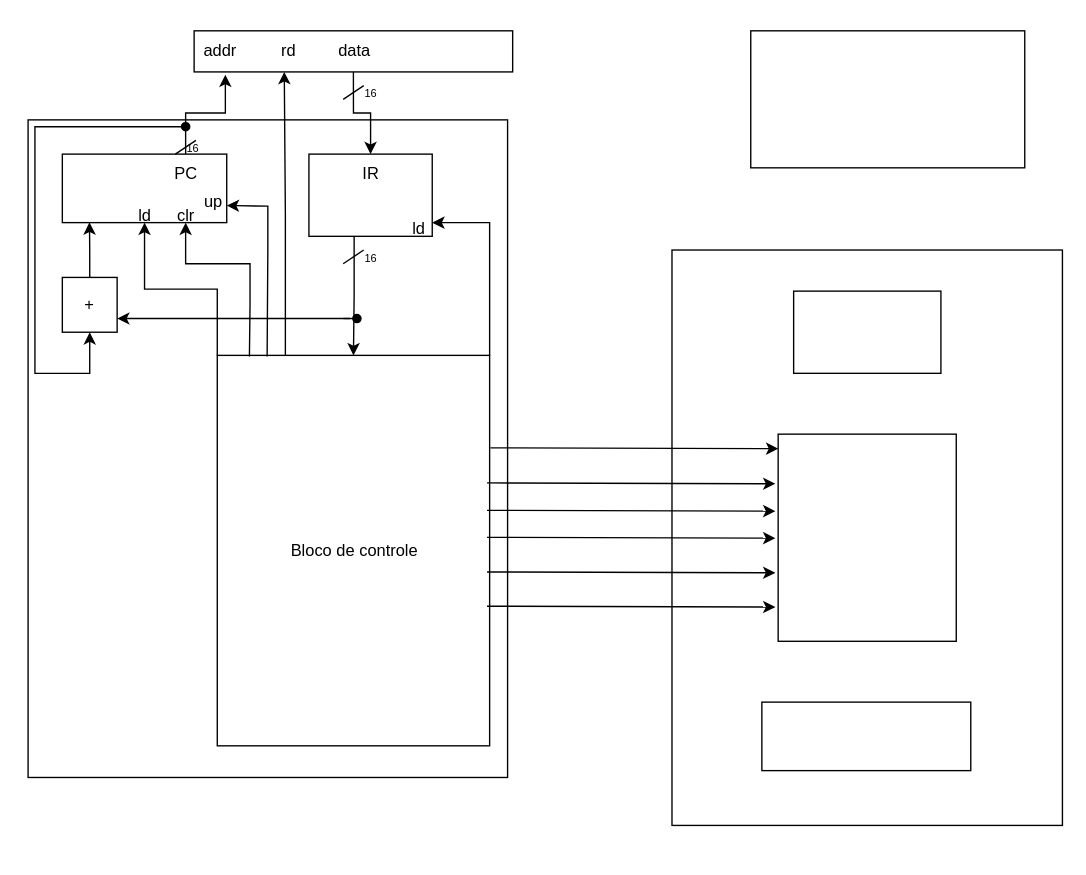
mclarafreitas/Circuitos-Digitais keeps this draw.io diagram as datapath.drawio. Above is the earlier version. Source tidied: cells renumbered, new cells numbered last; positions are measured from the earlier drawing's top-left corner, leaving out a move shared by most shapes. Both pictures are drawn from the tidied source at 137%, with x=0, y=0 at pixel (-62, 30).
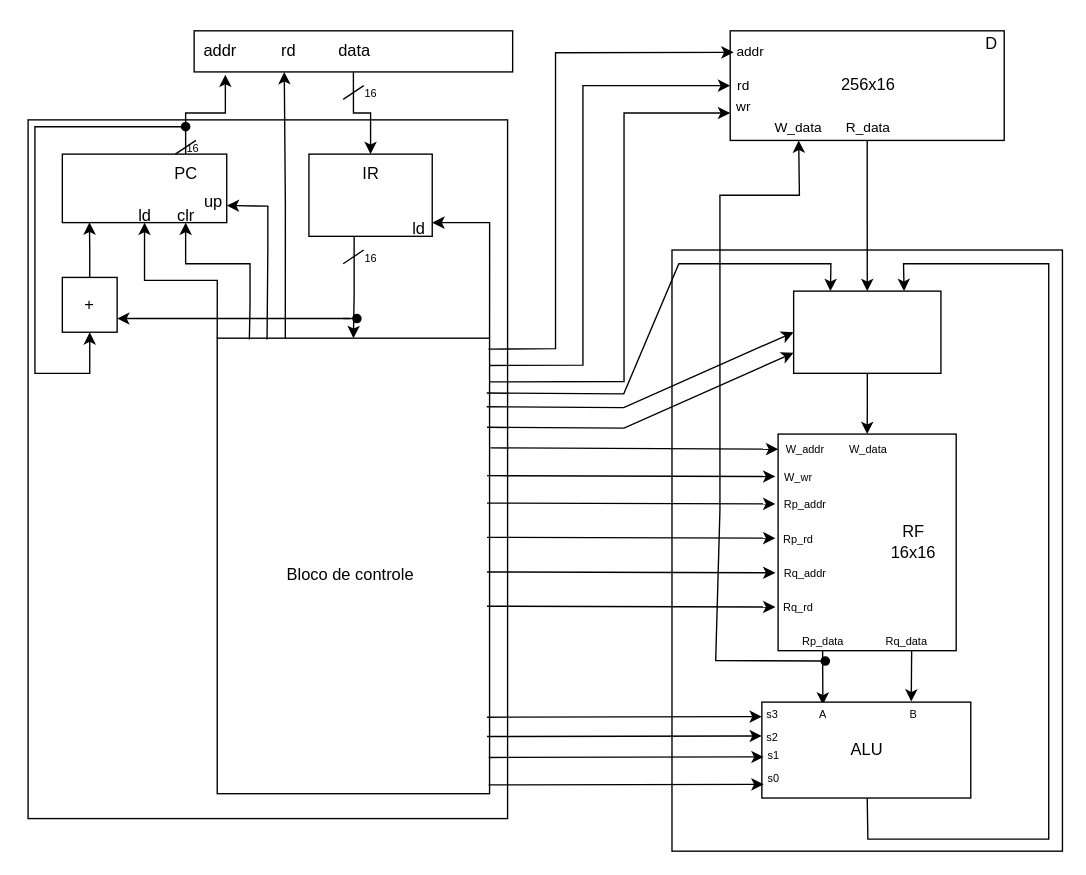
The same diagram, later.

The change refers to these unchanged cells:
```xml
<mxCell id="17" style="rounded=0;whiteSpace=wrap;html=1;" parent="1" vertex="1">
  <mxGeometry x="623.8" y="190" width="107.5" height="60" as="geometry" />
</mxCell>
```

What changed in the source:
```diff
@@
     <mxCell id="2" style="rounded=0;whiteSpace=wrap;html=1;rotation=90;" parent="1" vertex="1">
-      <mxGeometry y="130" width="480" height="350" as="geometry" />
+      <mxGeometry x="-15" y="145" width="510" height="350" as="geometry" />
     </mxCell>
@@
     <mxCell id="6" style="rounded=0;whiteSpace=wrap;html=1;rotation=90;" parent="1" vertex="1">
-      <mxGeometry x="160" y="280" width="285" height="198.8" as="geometry" />
+      <mxGeometry x="136.2" y="291.2" width="332.5" height="198.8" as="geometry" />
     </mxCell>
@@
     <mxCell id="15" style="rounded=0;whiteSpace=wrap;html=1;rotation=90;" parent="1" vertex="1">
-      <mxGeometry x="467.5" y="227.5" width="420" height="285" as="geometry" />
+      <mxGeometry x="458.1" y="236.9" width="438.8" height="285" as="geometry" />
     </mxCell>
+    <mxCell id="47" style="edgeStyle=orthogonalEdgeStyle;rounded=0;jettySize=auto;html=1;exitX=0.5;exitY=1;exitDx=0;exitDy=0;entryX=0.5;entryY=0;entryDx=0;entryDy=0;" parent="1" edge="1" source="16" target="17">
+      <mxGeometry relative="1" as="geometry" />
+    </mxCell>
     <mxCell id="16" style="rounded=0;whiteSpace=wrap;html=1;" parent="1" vertex="1">
-      <mxGeometry x="592.5" width="200" height="100" as="geometry" />
+      <mxGeometry x="577.5" width="200" height="80" as="geometry" />
     </mxCell>
+    <mxCell id="48" style="edgeStyle=orthogonalEdgeStyle;rounded=0;jettySize=auto;html=1;exitX=0.5;exitY=1;exitDx=0;exitDy=0;entryX=0;entryY=0.5;entryDx=0;entryDy=0;" parent="1" edge="1" source="17" target="18">
+      <mxGeometry relative="1" as="geometry" />
+    </mxCell>
@@
+    <mxCell id="49" style="edgeStyle=orthogonalEdgeStyle;rounded=0;jettySize=auto;html=1;exitX=1;exitY=0.25;exitDx=0;exitDy=0;entryX=0.715;entryY=-0.006;entryDx=0;entryDy=0;entryPerimeter=0;" parent="1" edge="1" source="18" target="19">
+      <mxGeometry relative="1" as="geometry" />
+    </mxCell>
+    <mxCell id="50" style="edgeStyle=orthogonalEdgeStyle;rounded=0;jettySize=auto;html=1;exitX=1;exitY=0.75;exitDx=0;exitDy=0;entryX=0.292;entryY=0.027;entryDx=0;entryDy=0;entryPerimeter=0;" parent="1" edge="1" source="18" target="19">
+      <mxGeometry relative="1" as="geometry" />
+    </mxCell>
     <mxCell id="18" style="rounded=0;whiteSpace=wrap;html=1;rotation=90;" parent="1" vertex="1">
-      <mxGeometry x="601.9" y="305" width="151.2" height="130" as="geometry" />
+      <mxGeometry x="598.4" y="308.4" width="158.1" height="130" as="geometry" />
     </mxCell>
     <mxCell id="19" style="rounded=0;whiteSpace=wrap;html=1;" parent="1" vertex="1">
-      <mxGeometry x="600.6" y="490" width="152.5" height="50" as="geometry" />
+      <mxGeometry x="600.6" y="490" width="152.5" height="70" as="geometry" />
     </mxCell>
@@
     <mxCell id="23" value="Bloco de controle" style="text;html=1;align=center;verticalAlign=middle;strokeColor=none;fillColor=none;" parent="1" vertex="1">
-      <mxGeometry x="242.5" y="365" width="120" height="30" as="geometry" />
+      <mxGeometry x="240" y="381.9" width="120" height="30" as="geometry" />
     </mxCell>
@@
     <mxCell id="42" style="endArrow=classic;html=1;rounded=0;entryX=0.07;entryY=0.999;entryDx=0;entryDy=0;entryPerimeter=0;" parent="1" edge="1">
       <mxGeometry relative="1" as="geometry">
-        <mxPoint x="400" y="330" as="sourcePoint" />
-        <mxPoint x="610.5" y="330.6" as="targetPoint" />
+        <mxPoint x="400" y="324.7" as="sourcePoint" />
+        <mxPoint x="610.5" y="325.3" as="targetPoint" />
       </mxGeometry>
     </mxCell>
     <mxCell id="43" style="endArrow=classic;html=1;rounded=0;entryX=0.07;entryY=0.999;entryDx=0;entryDy=0;entryPerimeter=0;" parent="1" edge="1">
       <mxGeometry relative="1" as="geometry">
-        <mxPoint x="400" y="350" as="sourcePoint" />
-        <mxPoint x="610.5" y="350.6" as="targetPoint" />
+        <mxPoint x="400" y="344.7" as="sourcePoint" />
+        <mxPoint x="610.5" y="345.3" as="targetPoint" />
       </mxGeometry>
     </mxCell>
@@
+    <mxCell id="51" style="endArrow=classic;html=1;rounded=0;entryX=0.07;entryY=0.999;entryDx=0;entryDy=0;entryPerimeter=0;" parent="1" edge="1">
+      <mxGeometry relative="1" as="geometry">
+        <mxPoint x="400" y="501" as="sourcePoint" />
+        <mxPoint x="600.6" y="500.6" as="targetPoint" />
+      </mxGeometry>
+    </mxCell>
+    <mxCell id="52" style="endArrow=classic;html=1;rounded=0;entryX=0.07;entryY=0.999;entryDx=0;entryDy=0;entryPerimeter=0;" parent="1" edge="1">
+      <mxGeometry relative="1" as="geometry">
+        <mxPoint x="400" y="515.1" as="sourcePoint" />
+        <mxPoint x="600.6" y="514.7" as="targetPoint" />
+      </mxGeometry>
+    </mxCell>
+    <mxCell id="53" style="endArrow=classic;html=1;rounded=0;entryX=0.07;entryY=0.999;entryDx=0;entryDy=0;entryPerimeter=0;" parent="1" edge="1">
+      <mxGeometry relative="1" as="geometry">
+        <mxPoint x="401.2" y="530.4" as="sourcePoint" />
+        <mxPoint x="601.9" y="530" as="targetPoint" />
+      </mxGeometry>
+    </mxCell>
+    <mxCell id="54" style="endArrow=classic;html=1;rounded=0;entryX=0.07;entryY=0.999;entryDx=0;entryDy=0;entryPerimeter=0;" parent="1" edge="1">
+      <mxGeometry relative="1" as="geometry">
+        <mxPoint x="401.2" y="550.4" as="sourcePoint" />
+        <mxPoint x="601.9" y="550" as="targetPoint" />
+      </mxGeometry>
+    </mxCell>
+    <mxCell id="55" value="&lt;font style=&quot;font-size: 8px;&quot;&gt;W_addr&lt;/font&gt;" style="text;html=1;align=center;verticalAlign=middle;strokeColor=none;fillColor=none;" parent="1" vertex="1">
+      <mxGeometry x="606.9" y="290" width="50" height="30" as="geometry" />
+    </mxCell>
+    <mxCell id="56" value="&lt;font style=&quot;font-size: 8px;&quot;&gt;W_wr&lt;/font&gt;" style="text;html=1;align=center;verticalAlign=middle;strokeColor=none;fillColor=none;" parent="1" vertex="1">
+      <mxGeometry x="606.9" y="310" width="40" height="30" as="geometry" />
+    </mxCell>
+    <mxCell id="57" value="&lt;font style=&quot;font-size: 8px;&quot;&gt;Rp_addr&lt;/font&gt;" style="text;html=1;align=center;verticalAlign=middle;strokeColor=none;fillColor=none;" parent="1" vertex="1">
+      <mxGeometry x="606.9" y="330" width="50" height="30" as="geometry" />
+    </mxCell>
+    <mxCell id="58" value="&lt;span style=&quot;font-size: 8px;&quot;&gt;Rp_rd&lt;/span&gt;" style="text;html=1;align=center;verticalAlign=middle;strokeColor=none;fillColor=none;" parent="1" vertex="1">
+      <mxGeometry x="601.9" y="355" width="50" height="30" as="geometry" />
+    </mxCell>
+    <mxCell id="59" value="&lt;span style=&quot;font-size: 8px;&quot;&gt;Rq_addr&lt;/span&gt;" style="text;html=1;align=center;verticalAlign=middle;strokeColor=none;fillColor=none;" parent="1" vertex="1">
+      <mxGeometry x="606.9" y="380" width="50" height="30" as="geometry" />
+    </mxCell>
+    <mxCell id="60" value="&lt;span style=&quot;font-size: 8px;&quot;&gt;Rq_rd&lt;/span&gt;" style="text;html=1;align=center;verticalAlign=middle;strokeColor=none;fillColor=none;" parent="1" vertex="1">
+      <mxGeometry x="601.9" y="405" width="50" height="30" as="geometry" />
+    </mxCell>
+    <mxCell id="61" value="&lt;font style=&quot;font-size: 8px;&quot;&gt;W_data&lt;/font&gt;" style="text;html=1;align=center;verticalAlign=middle;strokeColor=none;fillColor=none;" parent="1" vertex="1">
+      <mxGeometry x="652.5" y="290" width="50" height="30" as="geometry" />
+    </mxCell>
+    <mxCell id="62" value="&lt;font style=&quot;font-size: 8px;&quot;&gt;Rp_data&lt;/font&gt;" style="text;html=1;align=center;verticalAlign=middle;strokeColor=none;fillColor=none;" parent="1" vertex="1">
+      <mxGeometry x="620" y="430" width="50" height="30" as="geometry" />
+    </mxCell>
+    <mxCell id="63" value="&lt;font style=&quot;font-size: 8px;&quot;&gt;Rq_data&lt;/font&gt;" style="text;html=1;align=center;verticalAlign=middle;strokeColor=none;fillColor=none;" parent="1" vertex="1">
+      <mxGeometry x="681.2" y="430" width="50" height="30" as="geometry" />
+    </mxCell>
+    <mxCell id="64" value="RF&lt;br&gt;16x16" style="text;html=1;align=center;verticalAlign=middle;strokeColor=none;fillColor=none;" parent="1" vertex="1">
+      <mxGeometry x="681.2" y="353.4" width="60" height="40" as="geometry" />
+    </mxCell>
+    <mxCell id="65" value="ALU" style="text;html=1;align=center;verticalAlign=middle;strokeColor=none;fillColor=none;" parent="1" vertex="1">
+      <mxGeometry x="651.9" y="510" width="50" height="30" as="geometry" />
+    </mxCell>
+    <mxCell id="66" value="&lt;font style=&quot;font-size: 8px;&quot;&gt;s1&lt;/font&gt;" style="text;html=1;align=center;verticalAlign=middle;strokeColor=none;fillColor=none;" parent="1" vertex="1">
+      <mxGeometry x="593.8" y="512.5" width="30" height="30" as="geometry" />
+    </mxCell>
+    <mxCell id="67" value="&lt;font style=&quot;font-size: 8px;&quot;&gt;s0&lt;/font&gt;" style="text;html=1;align=center;verticalAlign=middle;strokeColor=none;fillColor=none;" parent="1" vertex="1">
+      <mxGeometry x="593.8" y="530" width="30" height="30" as="geometry" />
+    </mxCell>
+    <mxCell id="68" value="&lt;font style=&quot;font-size: 8px;&quot;&gt;s2&lt;/font&gt;" style="text;html=1;align=center;verticalAlign=middle;strokeColor=none;fillColor=none;" parent="1" vertex="1">
+      <mxGeometry x="592.5" y="500" width="30" height="30" as="geometry" />
+    </mxCell>
+    <mxCell id="69" value="&lt;font style=&quot;font-size: 8px;&quot;&gt;s3&lt;/font&gt;" style="text;html=1;align=center;verticalAlign=middle;strokeColor=none;fillColor=none;" parent="1" vertex="1">
+      <mxGeometry x="592.5" y="482.5" width="30" height="30" as="geometry" />
+    </mxCell>
+    <mxCell id="70" value="&lt;font style=&quot;font-size: 8px;&quot;&gt;A&lt;/font&gt;" style="text;html=1;align=center;verticalAlign=middle;strokeColor=none;fillColor=none;" parent="1" vertex="1">
+      <mxGeometry x="630" y="482.5" width="30" height="30" as="geometry" />
+    </mxCell>
+    <mxCell id="71" value="&lt;font style=&quot;font-size: 8px;&quot;&gt;B&lt;/font&gt;" style="text;html=1;align=center;verticalAlign=middle;strokeColor=none;fillColor=none;" parent="1" vertex="1">
+      <mxGeometry x="696.2" y="482.5" width="30" height="30" as="geometry" />
+    </mxCell>
+    <mxCell id="72" style="endArrow=classic;html=1;rounded=0;entryX=0.75;entryY=0;entryDx=0;entryDy=0;" parent="1" edge="1" target="17">
+      <mxGeometry relative="1" as="geometry">
+        <mxPoint x="677.5" y="560" as="sourcePoint" />
+        <Array as="points">
+          <mxPoint x="678" y="590" />
+          <mxPoint x="730" y="590" />
+          <mxPoint x="780" y="590" />
+          <mxPoint x="810" y="590" />
+          <mxPoint x="810" y="460" />
+          <mxPoint x="810" y="360" />
+          <mxPoint x="810" y="300" />
+          <mxPoint x="810" y="260" />
+          <mxPoint x="810" y="220" />
+          <mxPoint x="810" y="170" />
+          <mxPoint x="790" y="170" />
+          <mxPoint x="740" y="170" />
+          <mxPoint x="704" y="170" />
+        </Array>
+      </mxGeometry>
+    </mxCell>
+    <mxCell id="73" style="endArrow=classic;html=1;rounded=0;entryX=0.25;entryY=1;entryDx=0;entryDy=0;startArrow=oval;startFill=1;" parent="1" edge="1" target="16">
+      <mxGeometry relative="1" as="geometry">
+        <mxPoint x="646.9" y="460" as="sourcePoint" />
+        <Array as="points">
+          <mxPoint x="566.9" y="459.6" />
+          <mxPoint x="570" y="350" />
+          <mxPoint x="570" y="280" />
+          <mxPoint x="570" y="180" />
+          <mxPoint x="570" y="120" />
+          <mxPoint x="628" y="120" />
+        </Array>
+      </mxGeometry>
+    </mxCell>
+    <mxCell id="74" style="endArrow=classic;html=1;rounded=0;entryX=0;entryY=0.75;entryDx=0;entryDy=0;" parent="1" edge="1" target="17">
+      <mxGeometry relative="1" as="geometry">
+        <mxPoint x="400" y="289.4" as="sourcePoint" />
+        <Array as="points">
+          <mxPoint x="500" y="290" />
+        </Array>
+      </mxGeometry>
+    </mxCell>
+    <mxCell id="75" style="endArrow=classic;html=1;rounded=0;entryX=0;entryY=0.75;entryDx=0;entryDy=0;" parent="1" edge="1">
+      <mxGeometry relative="1" as="geometry">
+        <mxPoint x="399.8" y="274.4" as="sourcePoint" />
+        <mxPoint x="623.8" y="220" as="targetPoint" />
+        <Array as="points">
+          <mxPoint x="499.8" y="275" />
+        </Array>
+      </mxGeometry>
+    </mxCell>
+    <mxCell id="76" style="endArrow=classic;html=1;rounded=0;entryX=0;entryY=0.75;entryDx=0;entryDy=0;exitX=0.096;exitY=0.001;exitDx=0;exitDy=0;exitPerimeter=0;" parent="1" edge="1" source="6" target="16">
+      <mxGeometry relative="1" as="geometry">
+        <Array as="points">
+          <mxPoint x="500" y="256" />
+          <mxPoint x="500" y="60" />
+        </Array>
+      </mxGeometry>
+    </mxCell>
+    <mxCell id="77" style="endArrow=classic;html=1;rounded=0;entryX=0;entryY=0.5;entryDx=0;entryDy=0;exitX=0.06;exitY=0.001;exitDx=0;exitDy=0;exitPerimeter=0;" parent="1" edge="1" source="6" target="16">
+      <mxGeometry relative="1" as="geometry">
+        <Array as="points">
+          <mxPoint x="470" y="244" />
+          <mxPoint x="470" y="160" />
+          <mxPoint x="470" y="110" />
+          <mxPoint x="470" y="40" />
+        </Array>
+      </mxGeometry>
+    </mxCell>
+    <mxCell id="78" style="endArrow=classic;html=1;rounded=0;entryX=0.203;entryY=0.523;entryDx=0;entryDy=0;entryPerimeter=0;exitX=0.024;exitY=0.004;exitDx=0;exitDy=0;exitPerimeter=0;" parent="1" edge="1" source="6" target="79">
+      <mxGeometry relative="1" as="geometry">
+        <Array as="points">
+          <mxPoint x="450" y="232" />
+          <mxPoint x="450" y="150" />
+          <mxPoint x="450" y="90" />
+          <mxPoint x="450" y="16" />
+        </Array>
+      </mxGeometry>
+    </mxCell>
+    <mxCell id="79" value="&lt;font style=&quot;font-size: 10px;&quot;&gt;addr&lt;/font&gt;" style="text;html=1;align=center;verticalAlign=middle;points=[];strokeColor=none;fillColor=none;" parent="1" vertex="1">
+      <mxGeometry x="571.9" width="40" height="30" as="geometry" />
+    </mxCell>
+    <mxCell id="80" value="&lt;font style=&quot;font-size: 10px;&quot;&gt;rd&lt;/font&gt;" style="text;html=1;align=center;verticalAlign=middle;strokeColor=none;fillColor=none;" parent="1" vertex="1">
+      <mxGeometry x="571.9" y="25" width="30" height="30" as="geometry" />
+    </mxCell>
+    <mxCell id="81" value="&lt;font style=&quot;font-size: 10px;&quot;&gt;wr&lt;/font&gt;" style="text;html=1;align=center;verticalAlign=middle;strokeColor=none;fillColor=none;" parent="1" vertex="1">
+      <mxGeometry x="571.9" y="40" width="30" height="30" as="geometry" />
+    </mxCell>
+    <mxCell id="82" value="&lt;font style=&quot;font-size: 10px;&quot;&gt;W_data&lt;/font&gt;" style="text;html=1;align=center;verticalAlign=middle;strokeColor=none;fillColor=none;" parent="1" vertex="1">
+      <mxGeometry x="596.9" y="55" width="60" height="30" as="geometry" />
+    </mxCell>
+    <mxCell id="83" value="&lt;font style=&quot;font-size: 10px;&quot;&gt;R_data&lt;/font&gt;" style="text;html=1;align=center;verticalAlign=middle;strokeColor=none;fillColor=none;" parent="1" vertex="1">
+      <mxGeometry x="647.5" y="55" width="60" height="30" as="geometry" />
+    </mxCell>
+    <mxCell id="84" value="256x16" style="text;html=1;align=center;verticalAlign=middle;strokeColor=none;fillColor=none;" parent="1" vertex="1">
+      <mxGeometry x="647.5" y="25" width="60" height="30" as="geometry" />
+    </mxCell>
+    <mxCell id="85" value="D" style="text;html=1;align=center;verticalAlign=middle;strokeColor=none;fillColor=none;" parent="1" vertex="1">
+      <mxGeometry x="753.1" y="-5" width="30" height="30" as="geometry" />
+    </mxCell>
+    <mxCell id="86" style="endArrow=classic;html=1;rounded=0;entryX=0.25;entryY=0;entryDx=0;entryDy=0;" parent="1" edge="1" target="17">
+      <mxGeometry relative="1" as="geometry">
+        <mxPoint x="399.8" y="264.4" as="sourcePoint" />
+        <Array as="points">
+          <mxPoint x="499.8" y="265" />
+          <mxPoint x="540" y="170" />
+          <mxPoint x="590" y="170" />
+          <mxPoint x="651" y="170" />
+        </Array>
+      </mxGeometry>
+    </mxCell>
```
